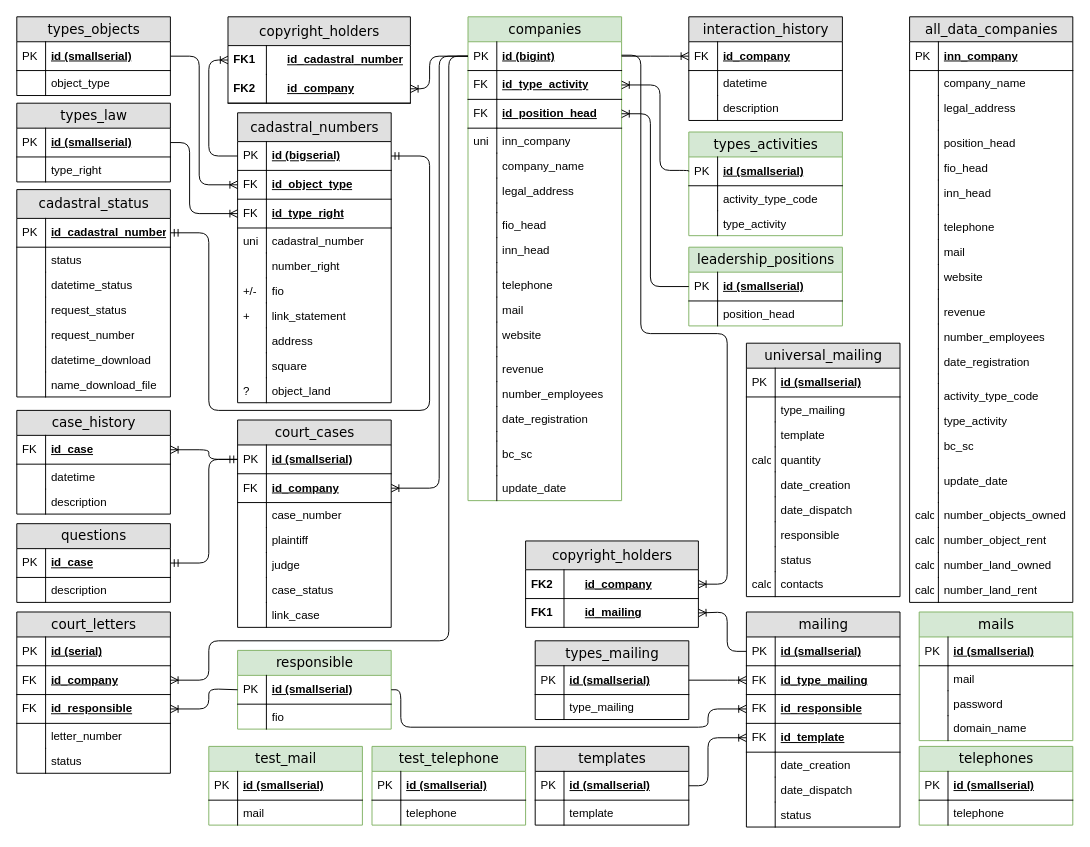
The draw.io diagram Диаграмма без названия.drawio in meadowse/factorial, before the edit. Source tidied: cells renumbered, new cells numbered last; positions are measured from the earlier drawing's top-left corner, leaving out a move shared by most shapes. Both pictures are drawn from the tidied source at 96%, with x=0, y=0 at pixel (16, 16).
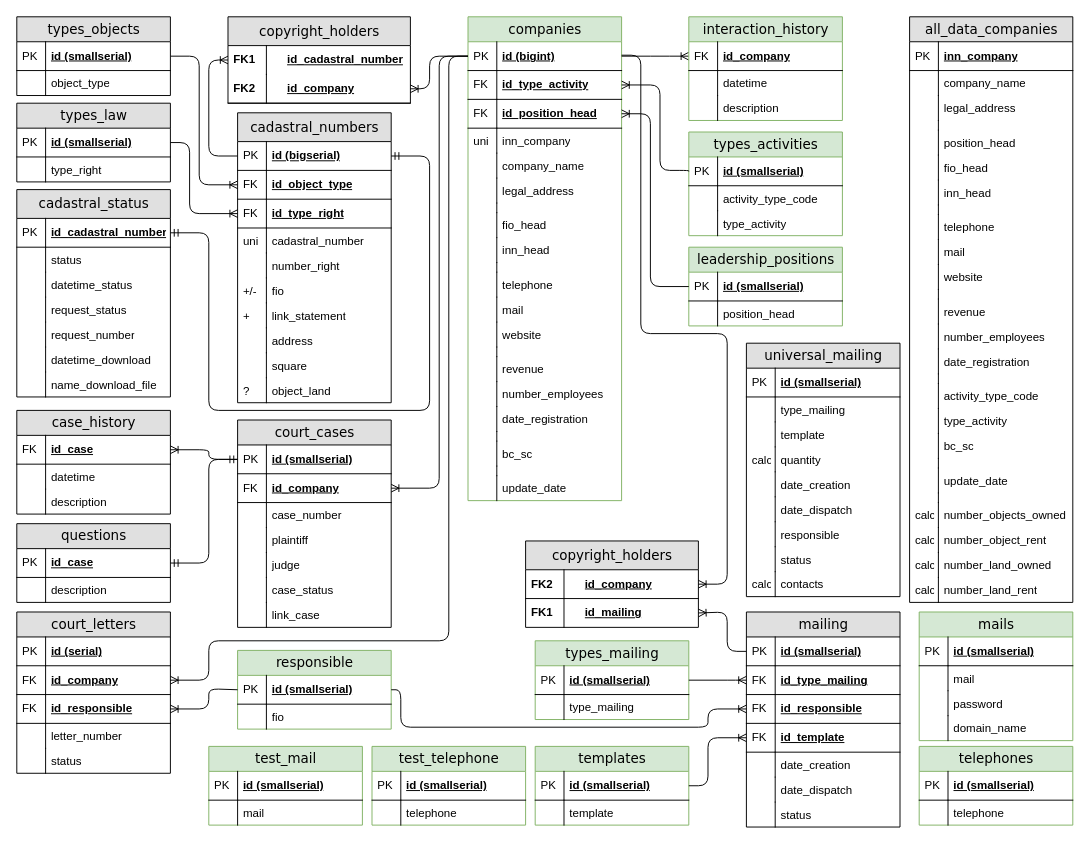
The same page after the edit.

Change to the diagram source:
```diff
@@
-    <mxCell id="142" value="interaction_history" style="swimlane;html=1;fontStyle=0;horizontal=1;startSize=26;fillColor=#e0e0e0;swimlaneFillColor=#ffffff;align=center;rounded=0;shadow=0;comic=0;labelBackgroundColor=none;strokeWidth=1;fontFamily=Verdana;fontSize=14;" parent="1" vertex="1">
+    <mxCell id="142" value="interaction_history" style="swimlane;html=1;fontStyle=0;horizontal=1;startSize=26;fillColor=#d5e8d4;swimlaneFillColor=#ffffff;align=center;rounded=0;shadow=0;comic=0;labelBackgroundColor=none;strokeWidth=1;fontFamily=Verdana;fontSize=14;strokeColor=#82b366;" parent="1" vertex="1">
       <mxGeometry x="700" width="160" height="108" as="geometry" />
     </mxCell>
@@
-    <mxCell id="253" value="templates" style="swimlane;html=1;fontStyle=0;horizontal=1;startSize=26;fillColor=#e0e0e0;swimlaneFillColor=#ffffff;align=center;rounded=0;shadow=0;comic=0;labelBackgroundColor=none;strokeWidth=1;fontFamily=Verdana;fontSize=14;" parent="1" vertex="1">
+    <mxCell id="253" value="templates" style="swimlane;html=1;fontStyle=0;horizontal=1;startSize=26;fillColor=#d5e8d4;swimlaneFillColor=#ffffff;align=center;rounded=0;shadow=0;comic=0;labelBackgroundColor=none;strokeWidth=1;fontFamily=Verdana;fontSize=14;strokeColor=#82b366;" parent="1" vertex="1">
       <mxGeometry x="540" y="760" width="160" height="82" as="geometry" />
     </mxCell>
@@
-    <mxCell id="260" value="types_mailing" style="swimlane;html=1;fontStyle=0;horizontal=1;startSize=26;fillColor=#e0e0e0;swimlaneFillColor=#ffffff;align=center;rounded=0;shadow=0;comic=0;labelBackgroundColor=none;strokeWidth=1;fontFamily=Verdana;fontSize=14;" parent="1" vertex="1">
+    <mxCell id="260" value="types_mailing" style="swimlane;html=1;fontStyle=0;horizontal=1;startSize=26;fillColor=#d5e8d4;swimlaneFillColor=#ffffff;align=center;rounded=0;shadow=0;comic=0;labelBackgroundColor=none;strokeWidth=1;fontFamily=Verdana;fontSize=14;strokeColor=#82b366;" parent="1" vertex="1">
       <mxGeometry x="540" y="650" width="160" height="82" as="geometry" />
     </mxCell>
```
